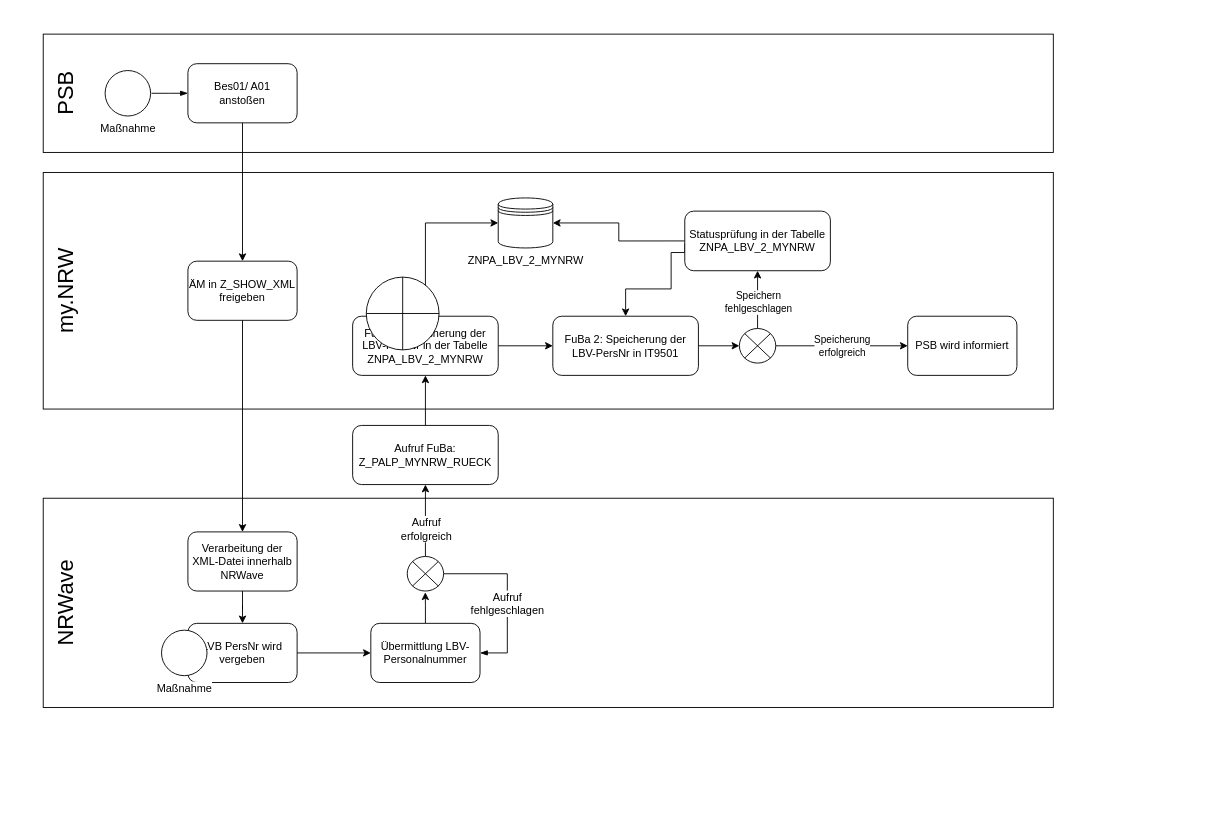
Before: Unbenanntes Diagramm.drawio in Fa8io/Sequenzdiagramm, a draw.io diagram. Source tidied: cells renumbered, new cells numbered last; positions are measured from the earlier drawing's top-left corner, leaving out a move shared by most shapes. Both pictures are drawn from the tidied source at 91%, with x=0, y=0 at pixel (-12, 34). Pictures stored in the file or linked from it are replaced by grey dashed boxes.
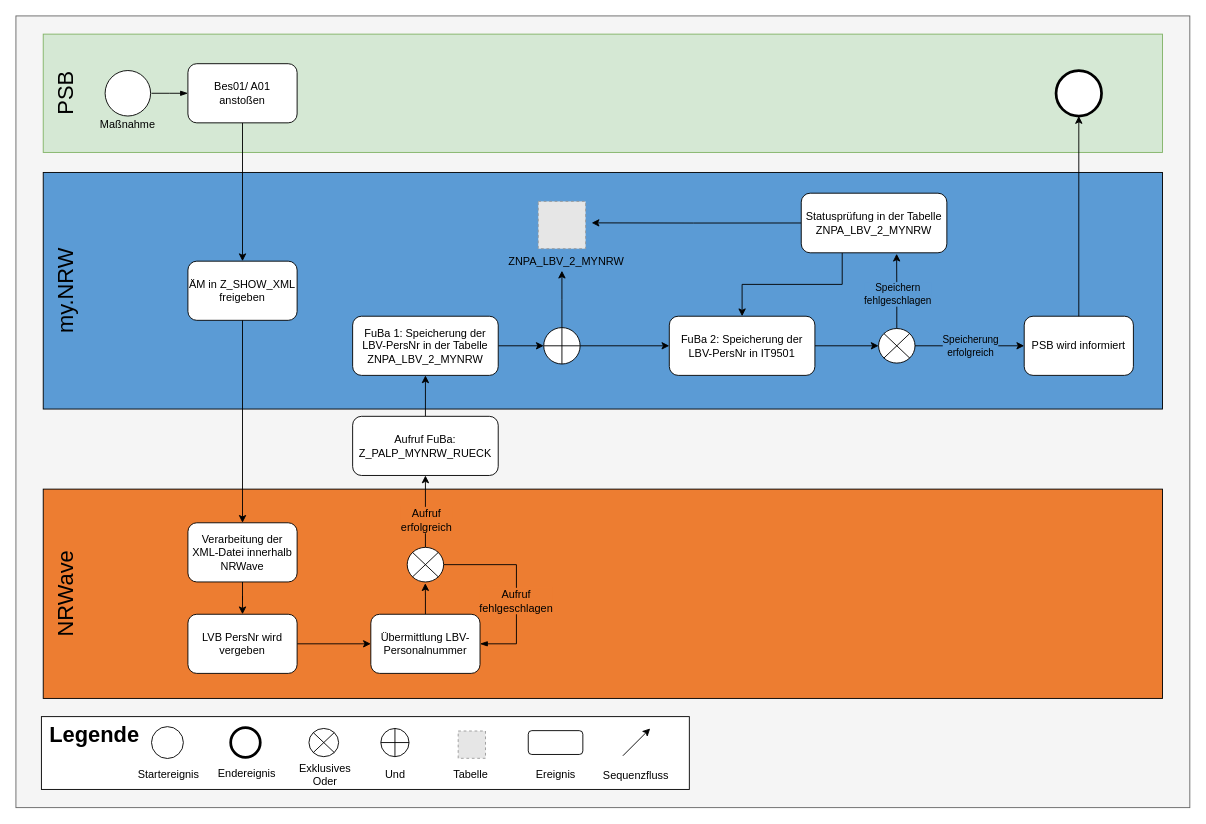
Above is the later version.

The change refers to these unchanged cells:
```xml
<mxCell id="18" style="edgeStyle=orthogonalEdgeStyle;rounded=0;jettySize=auto;html=1;entryX=0.5;entryY=1;entryDx=0;entryDy=0;exitX=0.5;exitY=0;exitDx=0;exitDy=0;exitPerimeter=0;" parent="1" edge="1" source="39" target="22">
  <mxGeometry relative="1" as="geometry" />
</mxCell>
<mxCell id="24" value="FuBa 1: Speicherung der LBV-PersNr in der Tabelle ZNPA_LBV_2_MYNRW" style="shape=ext;rounded=1;html=1;whiteSpace=wrap;" parent="1" vertex="1">
  <mxGeometry x="400" y="310" width="160" height="65" as="geometry" />
</mxCell>
```

What changed in the source:
```diff
@@
+    <mxCell id="42" style="rounded=0;whiteSpace=wrap;html=1;fillColor=#f5f5f5;fontColor=#333333;strokeColor=#666666;" parent="1" vertex="1">
+      <mxGeometry x="30" y="-20" width="1290" height="870" as="geometry" />
+    </mxCell>
-    <mxCell id="2" style="rounded=0;whiteSpace=wrap;html=1;" parent="1" vertex="1">
-      <mxGeometry x="60" y="152" width="1110" height="260" as="geometry" />
+    <mxCell id="2" style="rounded=0;whiteSpace=wrap;html=1;fillColor=#5b9bd5;labelBackgroundColor=#5b9bd5;" parent="1" vertex="1">
+      <mxGeometry x="60" y="152" width="1230" height="260" as="geometry" />
     </mxCell>
-    <mxCell id="3" style="rounded=0;whiteSpace=wrap;html=1;" parent="1" vertex="1">
-      <mxGeometry x="60" y="510" width="1110" height="230" as="geometry" />
+    <mxCell id="3" style="rounded=0;whiteSpace=wrap;html=1;fillColor=#ed7d31;" parent="1" vertex="1">
+      <mxGeometry x="60" y="500" width="1230" height="230" as="geometry" />
     </mxCell>
     <mxCell id="4" value="&lt;font style=&quot;font-size: 24px;&quot;&gt;NRWave&lt;/font&gt;" style="text;html=1;align=center;verticalAlign=middle;whiteSpace=wrap;rounded=0;rotation=-90;" parent="1" vertex="1">
-      <mxGeometry y="610" width="170" height="30" as="geometry" />
+      <mxGeometry y="600" width="170" height="30" as="geometry" />
     </mxCell>
@@
-    <mxCell id="6" style="rounded=0;whiteSpace=wrap;html=1;" parent="1" vertex="1">
-      <mxGeometry x="60" width="1110" height="130" as="geometry" />
+    <mxCell id="6" style="rounded=0;whiteSpace=wrap;html=1;fillColor=#d5e8d4;strokeColor=#82b366;labelBackgroundColor=#D5E8D4;" parent="1" vertex="1">
+      <mxGeometry x="60" width="1230" height="130" as="geometry" />
     </mxCell>
@@
-    <mxCell id="8" value="Maßnahme" style="shape=mxgraph.bpmn.shape;html=1;verticalLabelPosition=bottom;labelBackgroundColor=#ffffff;verticalAlign=top;perimeter=ellipsePerimeter;outline=standard;symbol=general;" parent="1" vertex="1">
+    <mxCell id="8" style="shape=mxgraph.bpmn.shape;html=1;verticalLabelPosition=bottom;labelBackgroundColor=#ffffff;verticalAlign=top;perimeter=ellipsePerimeter;outline=standard;symbol=general;" parent="1" vertex="1">
       <mxGeometry x="128" y="40" width="50" height="50" as="geometry" />
     </mxCell>
@@
     <mxCell id="14" value="Verarbeitung der XML-Datei innerhalb NRWave" style="shape=ext;rounded=1;html=1;whiteSpace=wrap;" parent="1" vertex="1">
-      <mxGeometry x="219" y="547" width="120" height="65" as="geometry" />
+      <mxGeometry x="219" y="537" width="120" height="65" as="geometry" />
     </mxCell>
@@
     <mxCell id="17" value="Übermittlung LBV-Personalnummer" style="shape=ext;rounded=1;html=1;whiteSpace=wrap;" parent="1" vertex="1">
-      <mxGeometry x="420" y="647.5" width="120" height="65" as="geometry" />
+      <mxGeometry x="420" y="637.5" width="120" height="65" as="geometry" />
     </mxCell>
@@
-    <mxCell id="19" value="&lt;font style=&quot;font-size: 12px;&quot;&gt;Aufruf&lt;/font&gt;&lt;div style=&quot;font-size: 12px;&quot;&gt;&lt;font style=&quot;font-size: 12px;&quot;&gt;erfolgreich&lt;/font&gt;&lt;/div&gt;" style="edgeLabel;html=1;align=center;verticalAlign=middle;" parent="18" vertex="1">
+    <mxCell id="19" value="&lt;font style=&quot;font-size: 12px;&quot;&gt;Aufruf&lt;/font&gt;&lt;div style=&quot;font-size: 12px;&quot;&gt;&lt;font style=&quot;font-size: 12px;&quot;&gt;erfolgreich&lt;/font&gt;&lt;/div&gt;" style="edgeLabel;html=1;align=center;verticalAlign=middle;labelBackgroundColor=#ED7D31;" parent="18" vertex="1">
       <mxGeometry x="0.09" y="-2" relative="1" as="geometry">
         <mxPoint x="-2" y="12" as="offset" />
       </mxGeometry>
     </mxCell>
-    <mxCell id="20" value="Aufruf&lt;div&gt;fehlgeschlagen&lt;/div&gt;" style="edgeStyle=elbowEdgeStyle;fontSize=12;html=1;endArrow=blockThin;endFill=1;rounded=0;entryX=1;entryY=0.5;entryDx=0;entryDy=0;exitX=1;exitY=0.5;exitDx=0;exitDy=0;exitPerimeter=0;" parent="1" edge="1" source="39" target="17">
+    <mxCell id="20" style="edgeStyle=elbowEdgeStyle;fontSize=12;html=1;endArrow=blockThin;endFill=1;rounded=0;entryX=1;entryY=0.5;entryDx=0;entryDy=0;exitX=1;exitY=0.5;exitDx=0;exitDy=0;exitPerimeter=0;" parent="1" edge="1" source="39" target="17">
       <mxGeometry x="0.1" relative="1" as="geometry">
         <Array as="points">
-          <mxPoint x="570" y="638" />
+          <mxPoint x="580" y="630" />
         </Array>
       </mxGeometry>
     </mxCell>
@@
     <mxCell id="22" value="Aufruf FuBa: Z_PALP_MYNRW_RUECK" style="shape=ext;rounded=1;html=1;whiteSpace=wrap;" parent="1" vertex="1">
-      <mxGeometry x="400" y="430" width="160" height="65" as="geometry" />
+      <mxGeometry x="400" y="420" width="160" height="65" as="geometry" />
     </mxCell>
-    <mxCell id="23" style="edgeStyle=orthogonalEdgeStyle;rounded=0;jettySize=auto;html=1;" parent="1" edge="1" source="24" target="26">
-      <mxGeometry relative="1" as="geometry" />
-    </mxCell>
+    <mxCell id="43" style="edgeStyle=orthogonalEdgeStyle;rounded=0;jettySize=auto;html=1;entryX=0;entryY=0.5;entryDx=0;entryDy=0;" parent="1" edge="1" source="24" target="40">
+      <mxGeometry relative="1" as="geometry" />
+    </mxCell>
@@
     <mxCell id="26" value="FuBa 2: Speicherung der LBV-PersNr in IT9501" style="shape=ext;rounded=1;html=1;whiteSpace=wrap;" parent="1" vertex="1">
-      <mxGeometry x="620" y="310" width="160" height="65" as="geometry" />
+      <mxGeometry x="748" y="310" width="160" height="65" as="geometry" />
     </mxCell>
-    <mxCell id="27" value="ZNPA_LBV_2_MYNRW" style="shape=datastore;html=1;labelPosition=center;verticalLabelPosition=bottom;align=center;verticalAlign=top;" parent="1" vertex="1">
-      <mxGeometry x="560" y="180" width="60" height="55" as="geometry" />
-    </mxCell>
-    <mxCell id="28" style="edgeStyle=orthogonalEdgeStyle;rounded=0;jettySize=auto;html=1;entryX=0;entryY=0.5;entryDx=0;entryDy=0;" parent="1" edge="1" source="24" target="27">
-      <mxGeometry relative="1" as="geometry">
-        <Array as="points">
-          <mxPoint x="480" y="208" />
-        </Array>
-      </mxGeometry>
-    </mxCell>
-    <mxCell id="29" style="edgeStyle=orthogonalEdgeStyle;rounded=0;jettySize=auto;html=1;entryX=0.5;entryY=1;entryDx=0;entryDy=0;exitX=0.5;exitY=0;exitDx=0;exitDy=0;exitPerimeter=0;" parent="1" edge="1" source="41" target="34">
+    <mxCell id="29" style="edgeStyle=orthogonalEdgeStyle;rounded=0;jettySize=auto;html=1;entryX=0.655;entryY=1.016;entryDx=0;entryDy=0;exitX=0.5;exitY=0;exitDx=0;exitDy=0;exitPerimeter=0;entryPerimeter=0;" parent="1" edge="1" source="41" target="34">
       <mxGeometry relative="1" as="geometry" />
     </mxCell>
-    <mxCell id="30" value="Speichern&lt;div&gt;fehlgeschlagen&lt;/div&gt;" style="edgeLabel;html=1;align=center;verticalAlign=middle;" parent="29" vertex="1">
+    <mxCell id="30" value="Speichern&lt;div&gt;fehlgeschlagen&lt;/div&gt;" style="edgeLabel;html=1;align=center;verticalAlign=middle;labelBackgroundColor=#5B9BD5;" parent="29" vertex="1">
       <mxGeometry x="-0.08" relative="1" as="geometry" />
     </mxCell>
-    <mxCell id="31" value="Speicherung&lt;div&gt;erfolgreich&lt;/div&gt;" style="edgeStyle=orthogonalEdgeStyle;rounded=0;jettySize=auto;html=1;entryX=0;entryY=0.5;entryDx=0;entryDy=0;exitX=1;exitY=0.5;exitDx=0;exitDy=0;exitPerimeter=0;" parent="1" edge="1" source="41" target="37">
-      <mxGeometry relative="1" as="geometry" />
-    </mxCell>
-    <mxCell id="32" style="edgeStyle=orthogonalEdgeStyle;rounded=0;jettySize=auto;html=1;entryX=0.5;entryY=0;entryDx=0;entryDy=0;" parent="1" edge="1" target="26">
-      <mxGeometry relative="1" as="geometry">
-        <mxPoint x="765" y="230" as="sourcePoint" />
-        <Array as="points">
-          <mxPoint x="765" y="240" />
-          <mxPoint x="750" y="240" />
-          <mxPoint x="750" y="280" />
-          <mxPoint x="700" y="280" />
-        </Array>
-      </mxGeometry>
-    </mxCell>
-    <mxCell id="33" style="edgeStyle=orthogonalEdgeStyle;rounded=0;jettySize=auto;html=1;exitX=0;exitY=0.5;exitDx=0;exitDy=0;entryX=1;entryY=0.5;entryDx=0;entryDy=0;" parent="1" edge="1" source="34" target="27">
+    <mxCell id="33" style="edgeStyle=orthogonalEdgeStyle;rounded=0;jettySize=auto;html=1;exitX=0;exitY=0.5;exitDx=0;exitDy=0;entryX=1.128;entryY=0.454;entryDx=0;entryDy=0;entryPerimeter=0;" parent="1" edge="1" source="34" target="62">
       <mxGeometry relative="1" as="geometry" />
     </mxCell>
+    <mxCell id="44" style="edgeStyle=orthogonalEdgeStyle;rounded=0;jettySize=auto;html=1;entryX=0.5;entryY=0;entryDx=0;entryDy=0;" parent="1" edge="1" source="34" target="26">
+      <mxGeometry relative="1" as="geometry">
+        <Array as="points">
+          <mxPoint x="938" y="275" />
+          <mxPoint x="828" y="275" />
+        </Array>
+      </mxGeometry>
+    </mxCell>
     <mxCell id="34" value="Statusprüfung in der Tabelle ZNPA_LBV_2_MYNRW" style="shape=ext;rounded=1;html=1;whiteSpace=wrap;" parent="1" vertex="1">
-      <mxGeometry x="765" y="194.5" width="160" height="65.5" as="geometry" />
+      <mxGeometry x="893" y="174.8" width="160" height="65.5" as="geometry" />
     </mxCell>
@@
     <mxCell id="36" value="LVB PersNr wird vergeben" style="shape=ext;rounded=1;html=1;whiteSpace=wrap;" parent="1" vertex="1">
-      <mxGeometry x="219" y="647.5" width="120" height="65" as="geometry" />
+      <mxGeometry x="219" y="637.5" width="120" height="65" as="geometry" />
     </mxCell>
     <mxCell id="37" value="PSB wird informiert" style="shape=ext;rounded=1;html=1;whiteSpace=wrap;" parent="1" vertex="1">
-      <mxGeometry x="1010" y="310" width="120" height="65" as="geometry" />
+      <mxGeometry x="1138" y="310" width="120" height="65" as="geometry" />
     </mxCell>
+    <mxCell id="39" style="verticalLabelPosition=bottom;verticalAlign=top;html=1;shape=mxgraph.flowchart.or;" parent="1" vertex="1">
+      <mxGeometry x="460" y="564" width="40" height="38" as="geometry" />
+    </mxCell>
+    <mxCell id="45" style="edgeStyle=orthogonalEdgeStyle;rounded=0;jettySize=auto;html=1;entryX=0;entryY=0.5;entryDx=0;entryDy=0;" parent="1" edge="1" source="40" target="26">
+      <mxGeometry relative="1" as="geometry" />
+    </mxCell>
+    <mxCell id="40" style="shape=orEllipse;perimeter=ellipsePerimeter;whiteSpace=wrap;html=1;backgroundOutline=1;" parent="1" vertex="1">
+      <mxGeometry x="610" y="322.5" width="40" height="40" as="geometry" />
+    </mxCell>
+    <mxCell id="46" style="edgeStyle=orthogonalEdgeStyle;rounded=0;jettySize=auto;html=1;entryX=0;entryY=0.5;entryDx=0;entryDy=0;" parent="1" edge="1" source="41" target="37">
+      <mxGeometry relative="1" as="geometry" />
+    </mxCell>
+    <mxCell id="31" value="Speicherung&lt;div&gt;erfolgreich&lt;/div&gt;" style="edgeLabel;html=1;align=center;verticalAlign=middle;labelBackgroundColor=#5B9BD5;" parent="46" vertex="1">
+      <mxGeometry relative="1" as="geometry" />
+    </mxCell>
+    <mxCell id="41" style="verticalLabelPosition=bottom;verticalAlign=top;html=1;shape=mxgraph.flowchart.or;" parent="1" vertex="1">
+      <mxGeometry x="978" y="323.5" width="40" height="38" as="geometry" />
+    </mxCell>
+    <mxCell id="47" style="edgeStyle=orthogonalEdgeStyle;rounded=0;jettySize=auto;html=1;" parent="1" edge="1" source="40">
+      <mxGeometry relative="1" as="geometry">
+        <mxPoint x="630" y="260" as="targetPoint" />
+      </mxGeometry>
+    </mxCell>
+    <mxCell id="48" style="points=[[0.145,0.145,0],[0.5,0,0],[0.855,0.145,0],[1,0.5,0],[0.855,0.855,0],[0.5,1,0],[0.145,0.855,0],[0,0.5,0]];shape=mxgraph.bpmn.event;html=1;verticalLabelPosition=bottom;labelBackgroundColor=#ffffff;verticalAlign=top;align=center;perimeter=ellipsePerimeter;outlineConnect=0;outline=end;symbol=terminate2;" parent="1" vertex="1">
+      <mxGeometry x="1173" y="40" width="50" height="50" as="geometry" />
+    </mxCell>
+    <mxCell id="49" style="edgeStyle=orthogonalEdgeStyle;rounded=0;jettySize=auto;html=1;entryX=0.5;entryY=1;entryDx=0;entryDy=0;entryPerimeter=0;" parent="1" edge="1" source="37" target="48">
+      <mxGeometry relative="1" as="geometry" />
+    </mxCell>
+    <mxCell id="50" value="Aufruf&lt;div&gt;fehlgeschlagen&lt;/div&gt;" style="text;html=1;align=center;verticalAlign=middle;whiteSpace=wrap;rounded=0;labelBackgroundColor=#ED7D31;" parent="1" vertex="1">
+      <mxGeometry x="540" y="607.5" width="80" height="30" as="geometry" />
+    </mxCell>
-    <mxCell id="38" value="Maßnahme" style="shape=mxgraph.bpmn.shape;html=1;verticalLabelPosition=bottom;labelBackgroundColor=#ffffff;verticalAlign=top;perimeter=ellipsePerimeter;outline=standard;symbol=general;" parent="1" vertex="1">
-      <mxGeometry x="190" y="655" width="50" height="50" as="geometry" />
+    <mxCell id="38" value="Maßnahme" style="text;html=1;align=center;verticalAlign=middle;whiteSpace=wrap;rounded=0;" parent="1" vertex="1">
+      <mxGeometry x="123" y="90" width="60" height="20" as="geometry" />
     </mxCell>
-    <mxCell id="39" style="verticalLabelPosition=bottom;verticalAlign=top;html=1;shape=mxgraph.flowchart.or;" parent="1" vertex="1">
-      <mxGeometry x="460" y="574" width="40" height="38" as="geometry" />
-    </mxCell>
-    <mxCell id="40" style="shape=orEllipse;perimeter=ellipsePerimeter;whiteSpace=wrap;html=1;backgroundOutline=1;" parent="1" vertex="1">
-      <mxGeometry x="415" y="267" width="80" height="80" as="geometry" />
-    </mxCell>
-    <mxCell id="41" style="verticalLabelPosition=bottom;verticalAlign=top;html=1;shape=mxgraph.flowchart.or;" parent="1" vertex="1">
-      <mxGeometry x="825" y="323.5" width="40" height="38" as="geometry" />
-    </mxCell>
+    <mxCell id="51" style="rounded=0;whiteSpace=wrap;html=1;flipH=0;flipV=0;" parent="1" vertex="1">
+      <mxGeometry x="58" y="750" width="712" height="80" as="geometry" />
+    </mxCell>
+    <mxCell id="52" style="shape=ext;rounded=1;html=1;whiteSpace=wrap;flipH=1;flipV=0;" parent="1" vertex="1">
+      <mxGeometry x="593" y="765.4" width="60" height="26.2" as="geometry" />
+    </mxCell>
+    <mxCell id="53" style="shape=orEllipse;perimeter=ellipsePerimeter;whiteSpace=wrap;html=1;backgroundOutline=1;flipH=1;flipV=0;" parent="1" vertex="1">
+      <mxGeometry x="431" y="763" width="31" height="31" as="geometry" />
+    </mxCell>
+    <mxCell id="54" style="shape=mxgraph.bpmn.event;html=1;verticalLabelPosition=bottom;labelBackgroundColor=#ffffff;verticalAlign=top;align=center;perimeter=ellipsePerimeter;outline=end;symbol=terminate2;flipH=1;flipV=0;" parent="1" vertex="1">
+      <mxGeometry x="266" y="762.2" width="32.5" height="32.5" as="geometry" />
+    </mxCell>
+    <mxCell id="55" style="shape=mxgraph.bpmn.shape;html=1;verticalLabelPosition=bottom;labelBackgroundColor=#ffffff;verticalAlign=top;perimeter=ellipsePerimeter;outline=standard;symbol=general;flipH=1;flipV=0;" parent="1" vertex="1">
+      <mxGeometry x="179" y="761" width="35" height="35" as="geometry" />
+    </mxCell>
+    <mxCell id="56" style="verticalLabelPosition=bottom;verticalAlign=top;html=1;shape=mxgraph.flowchart.or;flipH=1;flipV=0;" parent="1" vertex="1">
+      <mxGeometry x="352" y="763" width="32.6" height="31" as="geometry" />
+    </mxCell>
+    <mxCell id="57" value="Startereignis" style="text;html=1;align=center;verticalAlign=middle;whiteSpace=wrap;rounded=0;" parent="1" vertex="1">
+      <mxGeometry x="167.5" y="798.6" width="60" height="30" as="geometry" />
+    </mxCell>
+    <mxCell id="58" value="Endereignis" style="text;html=1;align=center;verticalAlign=middle;whiteSpace=wrap;rounded=0;" parent="1" vertex="1">
+      <mxGeometry x="253.5" y="797.6" width="60" height="30" as="geometry" />
+    </mxCell>
+    <mxCell id="59" value="Exklusives Oder" style="text;html=1;align=center;verticalAlign=middle;whiteSpace=wrap;rounded=0;" parent="1" vertex="1">
+      <mxGeometry x="338.5" y="798.6" width="61.5" height="30" as="geometry" />
+    </mxCell>
+    <mxCell id="60" value="Und" style="text;html=1;align=center;verticalAlign=middle;whiteSpace=wrap;rounded=0;" parent="1" vertex="1">
+      <mxGeometry x="415.5" y="798.6" width="61.5" height="30" as="geometry" />
+    </mxCell>
+    <mxCell id="61" value="Tabelle" style="text;html=1;align=center;verticalAlign=middle;whiteSpace=wrap;rounded=0;" parent="1" vertex="1">
+      <mxGeometry x="498.5" y="798.6" width="61.5" height="30" as="geometry" />
+    </mxCell>
+    <mxCell id="62" style="fillColor=#E6E6E6;strokeColor=#999999;dashed=1;verticalLabelPosition=bottom;labelBackgroundColor=default;verticalAlign=top;" parent="1" vertex="1">
+      <mxGeometry x="604" y="183.8" width="52" height="52" as="geometry" />
+    </mxCell>
+    <mxCell id="27" value="ZNPA_LBV_2_MYNRW" style="text;html=1;align=center;verticalAlign=middle;whiteSpace=wrap;rounded=0;" parent="1" vertex="1">
+      <mxGeometry x="590" y="240.2" width="90" height="20" as="geometry" />
+    </mxCell>
+    <mxCell id="63" style="fillColor=#E6E6E6;strokeColor=#999999;dashed=1;verticalLabelPosition=bottom;labelBackgroundColor=default;verticalAlign=top;" parent="1" vertex="1">
+      <mxGeometry x="516" y="765.8" width="30" height="30" as="geometry" />
+    </mxCell>
+    <mxCell id="64" value="Ereignis" style="text;html=1;align=center;verticalAlign=middle;whiteSpace=wrap;rounded=0;" parent="1" vertex="1">
+      <mxGeometry x="597" y="798.6" width="53" height="30" as="geometry" />
+    </mxCell>
+    <mxCell id="65" style="endArrow=classic;html=1;rounded=0;" parent="1" edge="1">
+      <mxGeometry relative="1" as="geometry">
+        <mxPoint x="697" y="793" as="sourcePoint" />
+        <mxPoint x="727" y="763" as="targetPoint" />
+      </mxGeometry>
+    </mxCell>
+    <mxCell id="66" value="Sequenzfluss" style="text;html=1;align=center;verticalAlign=middle;whiteSpace=wrap;rounded=0;" parent="1" vertex="1">
+      <mxGeometry x="685" y="799.6" width="53" height="30" as="geometry" />
+    </mxCell>
+    <mxCell id="67" value="Legende" style="text;strokeColor=none;fillColor=none;html=1;fontSize=24;fontStyle=1;verticalAlign=middle;align=center;" parent="1" vertex="1">
+      <mxGeometry x="66" y="750" width="100" height="40" as="geometry" />
+    </mxCell>
```
